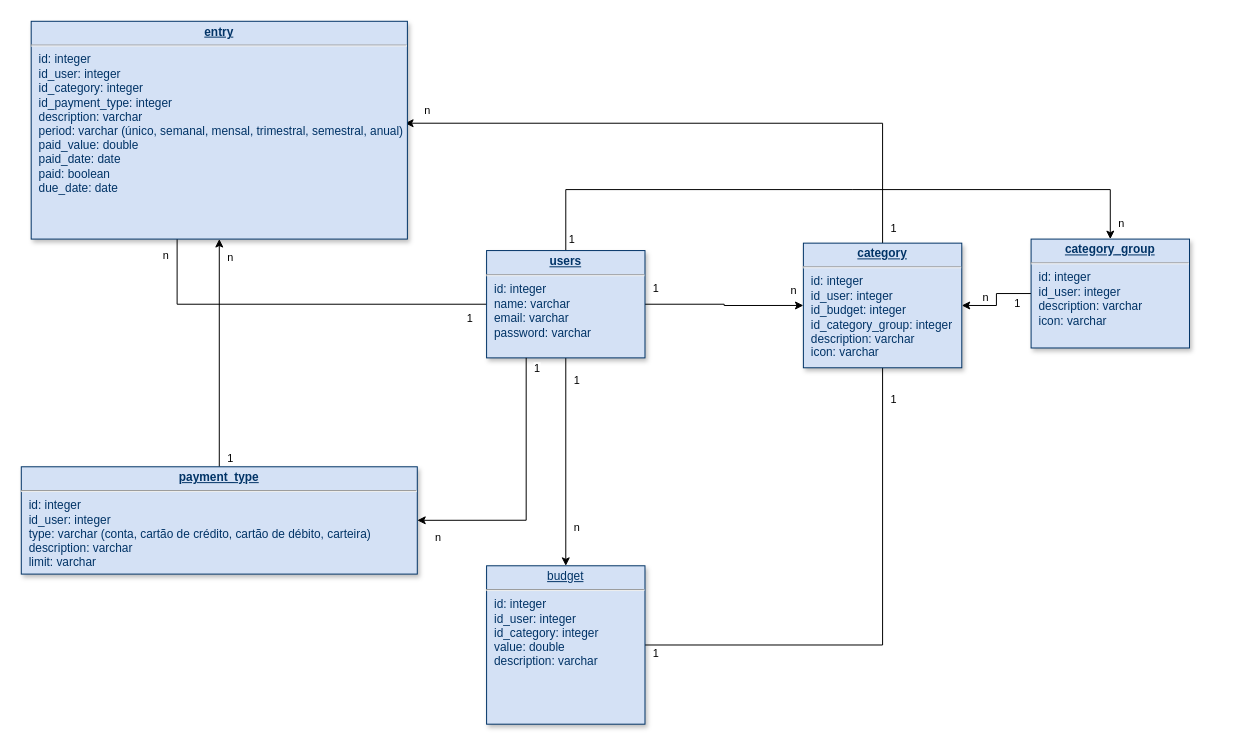
Earlier version of the draw.io diagram DER.drawio (Carteira-Inteligente/carteira-inteligente-api). Source tidied: cells renumbered, new cells numbered last; positions are measured from the earlier drawing's top-left corner, leaving out a move shared by most shapes. Both pictures are drawn from the tidied source at 99%, with x=0, y=0 at pixel (21, 21).
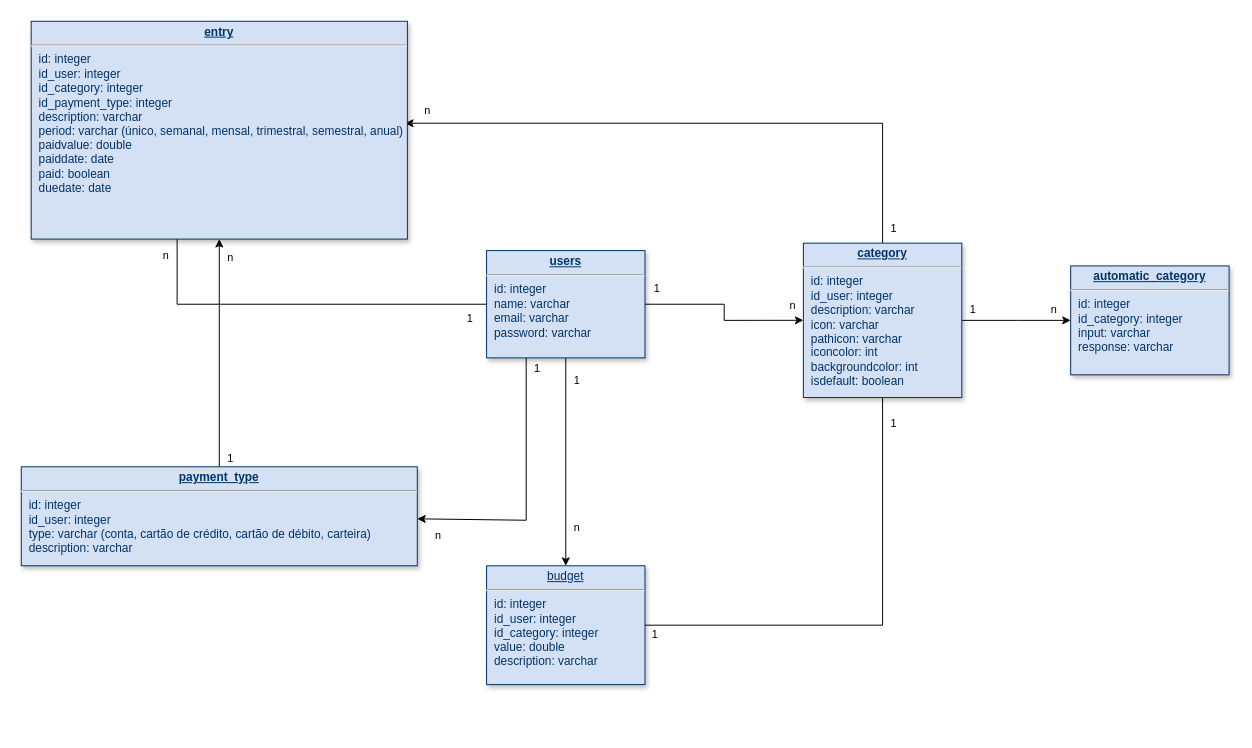
Above is the later version.

The change refers to these unchanged cells:
```xml
<mxCell id="14" value="&lt;p style=&quot;margin: 0px; margin-top: 4px; text-align: center; text-decoration: underline;&quot;&gt;&lt;strong&gt;users&lt;/strong&gt;&lt;/p&gt;&lt;hr&gt;&lt;p style=&quot;margin: 0px; margin-left: 8px;&quot;&gt;id: integer&lt;/p&gt;&lt;p style=&quot;margin: 0px; margin-left: 8px;&quot;&gt;name: varchar&lt;/p&gt;&lt;p style=&quot;margin: 0px; margin-left: 8px;&quot;&gt;email: varchar&lt;br&gt;&lt;/p&gt;&lt;p style=&quot;margin: 0px; margin-left: 8px;&quot;&gt;password: varchar&lt;/p&gt;" style="verticalAlign=top;align=left;overflow=fill;fontSize=12;fontFamily=Helvetica;html=1;strokeColor=#003366;shadow=1;fillColor=#D4E1F5;fontColor=#003366;" parent="1" vertex="1">
  <mxGeometry x="470" y="231.6" width="160" height="108.4" as="geometry" />
</mxCell>
```

What changed in the source:
```diff
@@
-    <mxCell id="11" style="edgeStyle=orthogonalEdgeStyle;rounded=0;jettySize=auto;html=1;" parent="1" edge="1" source="14" target="27">
-      <mxGeometry relative="1" as="geometry">
-        <Array as="points">
-          <mxPoint x="840" y="170" />
-          <mxPoint x="840" y="170" />
-        </Array>
-      </mxGeometry>
-    </mxCell>
-    <mxCell id="12" value="n" style="edgeLabel;html=1;align=center;verticalAlign=middle;" parent="11" vertex="1">
-      <mxGeometry x="0.95" y="-1" relative="1" as="geometry">
-        <mxPoint x="11" as="offset" />
-      </mxGeometry>
-    </mxCell>
-    <mxCell id="13" value="1" style="edgeLabel;html=1;align=center;verticalAlign=middle;" parent="11" vertex="1">
-      <mxGeometry x="-0.97" y="-1" relative="1" as="geometry">
-        <mxPoint x="4" y="-2" as="offset" />
-      </mxGeometry>
-    </mxCell>
@@
     <mxCell id="18" value="&lt;p style=&quot;margin: 4px 0px 0px; text-align: center;&quot;&gt;&lt;u&gt;budget&lt;/u&gt;&lt;br&gt;&lt;/p&gt;&lt;hr&gt;&lt;p style=&quot;margin: 0px; margin-left: 8px;&quot;&gt;id: integer&lt;/p&gt;&lt;p style=&quot;margin: 0px; margin-left: 8px;&quot;&gt;id_user: integer&lt;/p&gt;&lt;p style=&quot;margin: 0px; margin-left: 8px;&quot;&gt;id_category: integer&lt;/p&gt;&lt;p style=&quot;margin: 0px; margin-left: 8px;&quot;&gt;value: double&lt;/p&gt;&lt;p style=&quot;margin: 0px; margin-left: 8px;&quot;&gt;description: varchar&lt;/p&gt;&lt;p style=&quot;margin: 0px; margin-left: 8px;&quot;&gt;&lt;br&gt;&lt;/p&gt;" style="verticalAlign=top;align=left;overflow=fill;fontSize=12;fontFamily=Helvetica;html=1;strokeColor=#003366;shadow=1;fillColor=#D4E1F5;fontColor=#003366;" parent="1" vertex="1">
-      <mxGeometry x="470" y="550" width="160" height="160" as="geometry" />
+      <mxGeometry x="470" y="550" width="160" height="120" as="geometry" />
     </mxCell>
@@
+    <mxCell id="35" style="edgeStyle=orthogonalEdgeStyle;rounded=0;jettySize=auto;html=1;" parent="1" edge="1" source="22" target="27">
+      <mxGeometry relative="1" as="geometry" />
+    </mxCell>
+    <mxCell id="36" value="1" style="edgeLabel;html=1;align=center;verticalAlign=middle;" parent="35" vertex="1">
+      <mxGeometry x="-0.89" y="-1" relative="1" as="geometry">
+        <mxPoint x="4" y="-13" as="offset" />
+      </mxGeometry>
+    </mxCell>
+    <mxCell id="37" value="n" style="edgeLabel;html=1;align=center;verticalAlign=middle;" parent="35" vertex="1">
+      <mxGeometry x="0.67" y="-1" relative="1" as="geometry">
+        <mxPoint y="-13" as="offset" />
+      </mxGeometry>
+    </mxCell>
-    <mxCell id="22" value="&lt;p style=&quot;margin: 0px; margin-top: 4px; text-align: center; text-decoration: underline;&quot;&gt;&lt;strong&gt;category&lt;/strong&gt;&lt;/p&gt;&lt;hr&gt;&lt;p style=&quot;margin: 0px; margin-left: 8px;&quot;&gt;id: integer&lt;/p&gt;&lt;p style=&quot;margin: 0px; margin-left: 8px;&quot;&gt;id_user: integer&lt;/p&gt;&lt;p style=&quot;margin: 0px; margin-left: 8px;&quot;&gt;id_budget: integer&lt;/p&gt;&lt;p style=&quot;margin: 0px; margin-left: 8px;&quot;&gt;id_category_group: integer&lt;/p&gt;&lt;p style=&quot;margin: 0px; margin-left: 8px;&quot;&gt;description: varchar&lt;/p&gt;&lt;p style=&quot;margin: 0px; margin-left: 8px;&quot;&gt;icon: varchar&lt;/p&gt;&lt;p style=&quot;margin: 0px; margin-left: 8px;&quot;&gt;&lt;br&gt;&lt;/p&gt;" style="verticalAlign=top;align=left;overflow=fill;fontSize=12;fontFamily=Helvetica;html=1;strokeColor=#003366;shadow=1;fillColor=#D4E1F5;fontColor=#003366;" parent="1" vertex="1">
-      <mxGeometry x="790" y="224.1" width="160" height="125.9" as="geometry" />
+    <mxCell id="22" value="&lt;p style=&quot;margin: 0px; margin-top: 4px; text-align: center; text-decoration: underline;&quot;&gt;&lt;strong&gt;category&lt;/strong&gt;&lt;/p&gt;&lt;hr&gt;&lt;p style=&quot;margin: 0px; margin-left: 8px;&quot;&gt;id: integer&lt;/p&gt;&lt;p style=&quot;margin: 0px; margin-left: 8px;&quot;&gt;id_user: integer&lt;/p&gt;&lt;p style=&quot;margin: 0px; margin-left: 8px;&quot;&gt;description: varchar&lt;/p&gt;&lt;p style=&quot;margin: 0px; margin-left: 8px;&quot;&gt;icon: varchar&lt;/p&gt;&lt;p style=&quot;margin: 0px; margin-left: 8px;&quot;&gt;pathicon: varchar&lt;/p&gt;&lt;p style=&quot;margin: 0px; margin-left: 8px;&quot;&gt;iconcolor: int&lt;/p&gt;&lt;p style=&quot;margin: 0px; margin-left: 8px;&quot;&gt;backgroundcolor: int&lt;/p&gt;&lt;p style=&quot;margin: 0px; margin-left: 8px;&quot;&gt;isdefault: boolean&lt;/p&gt;" style="verticalAlign=top;align=left;overflow=fill;fontSize=12;fontFamily=Helvetica;html=1;strokeColor=#003366;shadow=1;fillColor=#D4E1F5;fontColor=#003366;" parent="1" vertex="1">
+      <mxGeometry x="790" y="224.1" width="160" height="155.9" as="geometry" />
     </mxCell>
-    <mxCell id="23" value="&lt;p style=&quot;margin: 4px 0px 0px; text-align: center;&quot;&gt;&lt;b&gt;&lt;u&gt;entry&lt;/u&gt;&lt;/b&gt;&lt;br&gt;&lt;/p&gt;&lt;hr&gt;&lt;p style=&quot;margin: 0px; margin-left: 8px;&quot;&gt;id: integer&lt;/p&gt;&lt;p style=&quot;margin: 0px; margin-left: 8px;&quot;&gt;id_user: integer&lt;/p&gt;&lt;p style=&quot;margin: 0px; margin-left: 8px;&quot;&gt;id_category: integer&lt;/p&gt;&lt;p style=&quot;margin: 0px; margin-left: 8px;&quot;&gt;id_payment_type: integer&lt;/p&gt;&lt;p style=&quot;margin: 0px; margin-left: 8px;&quot;&gt;description: varchar&lt;/p&gt;&lt;p style=&quot;margin: 0px; margin-left: 8px;&quot;&gt;period: varchar (único, semanal, mensal, trimestral, semestral, anual)&lt;/p&gt;&lt;p style=&quot;margin: 0px; margin-left: 8px;&quot;&gt;paid_value: double&lt;/p&gt;&lt;p style=&quot;margin: 0px; margin-left: 8px;&quot;&gt;paid_date: date&lt;/p&gt;&lt;p style=&quot;margin: 0px; margin-left: 8px;&quot;&gt;paid: boolean&lt;/p&gt;&lt;p style=&quot;margin: 0px; margin-left: 8px;&quot;&gt;due_date: date&lt;br&gt;&lt;/p&gt;&lt;p style=&quot;margin: 0px; margin-left: 8px;&quot;&gt;&lt;br&gt;&lt;/p&gt;&lt;p style=&quot;margin: 0px; margin-left: 8px;&quot;&gt;&lt;br&gt;&lt;/p&gt;" style="verticalAlign=top;align=left;overflow=fill;fontSize=12;fontFamily=Helvetica;html=1;strokeColor=#003366;shadow=1;fillColor=#D4E1F5;fontColor=#003366;" parent="1" vertex="1">
+    <mxCell id="23" value="&lt;p style=&quot;margin: 4px 0px 0px; text-align: center;&quot;&gt;&lt;b&gt;&lt;u&gt;entry&lt;/u&gt;&lt;/b&gt;&lt;br&gt;&lt;/p&gt;&lt;hr&gt;&lt;p style=&quot;margin: 0px; margin-left: 8px;&quot;&gt;id: integer&lt;/p&gt;&lt;p style=&quot;margin: 0px; margin-left: 8px;&quot;&gt;id_user: integer&lt;/p&gt;&lt;p style=&quot;margin: 0px; margin-left: 8px;&quot;&gt;id_category: integer&lt;/p&gt;&lt;p style=&quot;margin: 0px; margin-left: 8px;&quot;&gt;id_payment_type: integer&lt;/p&gt;&lt;p style=&quot;margin: 0px; margin-left: 8px;&quot;&gt;description: varchar&lt;/p&gt;&lt;p style=&quot;margin: 0px; margin-left: 8px;&quot;&gt;period: varchar (único, semanal, mensal, trimestral, semestral, anual)&lt;/p&gt;&lt;p style=&quot;margin: 0px; margin-left: 8px;&quot;&gt;paidvalue: double&lt;/p&gt;&lt;p style=&quot;margin: 0px; margin-left: 8px;&quot;&gt;paiddate: date&lt;/p&gt;&lt;p style=&quot;margin: 0px; margin-left: 8px;&quot;&gt;paid: boolean&lt;/p&gt;&lt;p style=&quot;margin: 0px; margin-left: 8px;&quot;&gt;duedate: date&lt;br&gt;&lt;/p&gt;&lt;p style=&quot;margin: 0px; margin-left: 8px;&quot;&gt;&lt;br&gt;&lt;/p&gt;&lt;p style=&quot;margin: 0px; margin-left: 8px;&quot;&gt;&lt;br&gt;&lt;/p&gt;" style="verticalAlign=top;align=left;overflow=fill;fontSize=12;fontFamily=Helvetica;html=1;strokeColor=#003366;shadow=1;fillColor=#D4E1F5;fontColor=#003366;" parent="1" vertex="1">
       <mxGeometry x="10" width="380" height="220" as="geometry" />
     </mxCell>
-    <mxCell id="24" style="edgeStyle=orthogonalEdgeStyle;rounded=0;jettySize=auto;html=1;entryX=1;entryY=0.5;entryDx=0;entryDy=0;" parent="1" edge="1" source="27" target="22">
-      <mxGeometry relative="1" as="geometry" />
-    </mxCell>
-    <mxCell id="25" value="n" style="edgeLabel;html=1;align=center;verticalAlign=middle;" parent="24" vertex="1">
-      <mxGeometry x="-0.89" relative="1" as="geometry">
-        <mxPoint x="-42" y="3" as="offset" />
-      </mxGeometry>
-    </mxCell>
-    <mxCell id="26" value="1" style="edgeLabel;html=1;align=center;verticalAlign=middle;" parent="24" vertex="1">
-      <mxGeometry x="0.69" relative="1" as="geometry">
-        <mxPoint x="42" y="-3" as="offset" />
-      </mxGeometry>
-    </mxCell>
-    <mxCell id="27" value="&lt;p style=&quot;margin: 0px; margin-top: 4px; text-align: center; text-decoration: underline;&quot;&gt;&lt;strong&gt;category_group&lt;/strong&gt;&lt;/p&gt;&lt;hr&gt;&lt;p style=&quot;margin: 0px; margin-left: 8px;&quot;&gt;id: integer&lt;/p&gt;&lt;p style=&quot;margin: 0px; margin-left: 8px;&quot;&gt;id_user: integer&lt;/p&gt;&lt;p style=&quot;margin: 0px; margin-left: 8px;&quot;&gt;description: varchar&lt;/p&gt;&lt;p style=&quot;margin: 0px; margin-left: 8px;&quot;&gt;icon: varchar&lt;/p&gt;&lt;p style=&quot;margin: 0px; margin-left: 8px;&quot;&gt;&lt;br&gt;&lt;/p&gt;" style="verticalAlign=top;align=left;overflow=fill;fontSize=12;fontFamily=Helvetica;html=1;strokeColor=#003366;shadow=1;fillColor=#D4E1F5;fontColor=#003366;" parent="1" vertex="1">
-      <mxGeometry x="1020" y="220" width="160" height="110" as="geometry" />
+    <mxCell id="27" value="&lt;p style=&quot;margin: 0px; margin-top: 4px; text-align: center; text-decoration: underline;&quot;&gt;&lt;strong&gt;automatic_category&lt;/strong&gt;&lt;/p&gt;&lt;hr&gt;&lt;p style=&quot;margin: 0px; margin-left: 8px;&quot;&gt;id: integer&lt;/p&gt;&lt;p style=&quot;margin: 0px; margin-left: 8px;&quot;&gt;id_category: integer&lt;/p&gt;&lt;p style=&quot;margin: 0px; margin-left: 8px;&quot;&gt;input: varchar&lt;/p&gt;&lt;p style=&quot;margin: 0px; margin-left: 8px;&quot;&gt;response: varchar&lt;/p&gt;&lt;p style=&quot;margin: 0px; margin-left: 8px;&quot;&gt;&lt;br&gt;&lt;/p&gt;" style="verticalAlign=top;align=left;overflow=fill;fontSize=12;fontFamily=Helvetica;html=1;strokeColor=#003366;shadow=1;fillColor=#D4E1F5;fontColor=#003366;" parent="1" vertex="1">
+      <mxGeometry x="1060" y="247.1" width="160" height="110" as="geometry" />
     </mxCell>
@@
-    <mxCell id="31" value="&lt;p style=&quot;margin: 4px 0px 0px; text-align: center;&quot;&gt;&lt;b&gt;&lt;u&gt;payment_type&lt;/u&gt;&lt;/b&gt;&lt;br&gt;&lt;/p&gt;&lt;hr&gt;&lt;p style=&quot;margin: 0px; margin-left: 8px;&quot;&gt;id: integer&lt;/p&gt;&lt;p style=&quot;margin: 0px; margin-left: 8px;&quot;&gt;id_user: integer&lt;/p&gt;&lt;p style=&quot;margin: 0px; margin-left: 8px;&quot;&gt;type: varchar (conta, cartão de crédito, cartão de débito, carteira)&lt;/p&gt;&lt;p style=&quot;margin: 0px; margin-left: 8px;&quot;&gt;description: varchar&lt;br&gt;&lt;/p&gt;&lt;p style=&quot;margin: 0px; margin-left: 8px;&quot;&gt;limit: varchar&lt;/p&gt;" style="verticalAlign=top;align=left;overflow=fill;fontSize=12;fontFamily=Helvetica;html=1;strokeColor=#003366;shadow=1;fillColor=#D4E1F5;fontColor=#003366;" parent="1" vertex="1">
-      <mxGeometry y="450" width="400" height="108.4" as="geometry" />
+    <mxCell id="31" value="&lt;p style=&quot;margin: 4px 0px 0px; text-align: center;&quot;&gt;&lt;b&gt;&lt;u&gt;payment_type&lt;/u&gt;&lt;/b&gt;&lt;br&gt;&lt;/p&gt;&lt;hr&gt;&lt;p style=&quot;margin: 0px; margin-left: 8px;&quot;&gt;id: integer&lt;/p&gt;&lt;p style=&quot;margin: 0px; margin-left: 8px;&quot;&gt;id_user: integer&lt;/p&gt;&lt;p style=&quot;margin: 0px; margin-left: 8px;&quot;&gt;type: varchar (conta, cartão de crédito, cartão de débito, carteira)&lt;/p&gt;&lt;p style=&quot;margin: 0px; margin-left: 8px;&quot;&gt;description: varchar&lt;/p&gt;" style="verticalAlign=top;align=left;overflow=fill;fontSize=12;fontFamily=Helvetica;html=1;strokeColor=#003366;shadow=1;fillColor=#D4E1F5;fontColor=#003366;" parent="1" vertex="1">
+      <mxGeometry y="450" width="400" height="100" as="geometry" />
     </mxCell>
```
